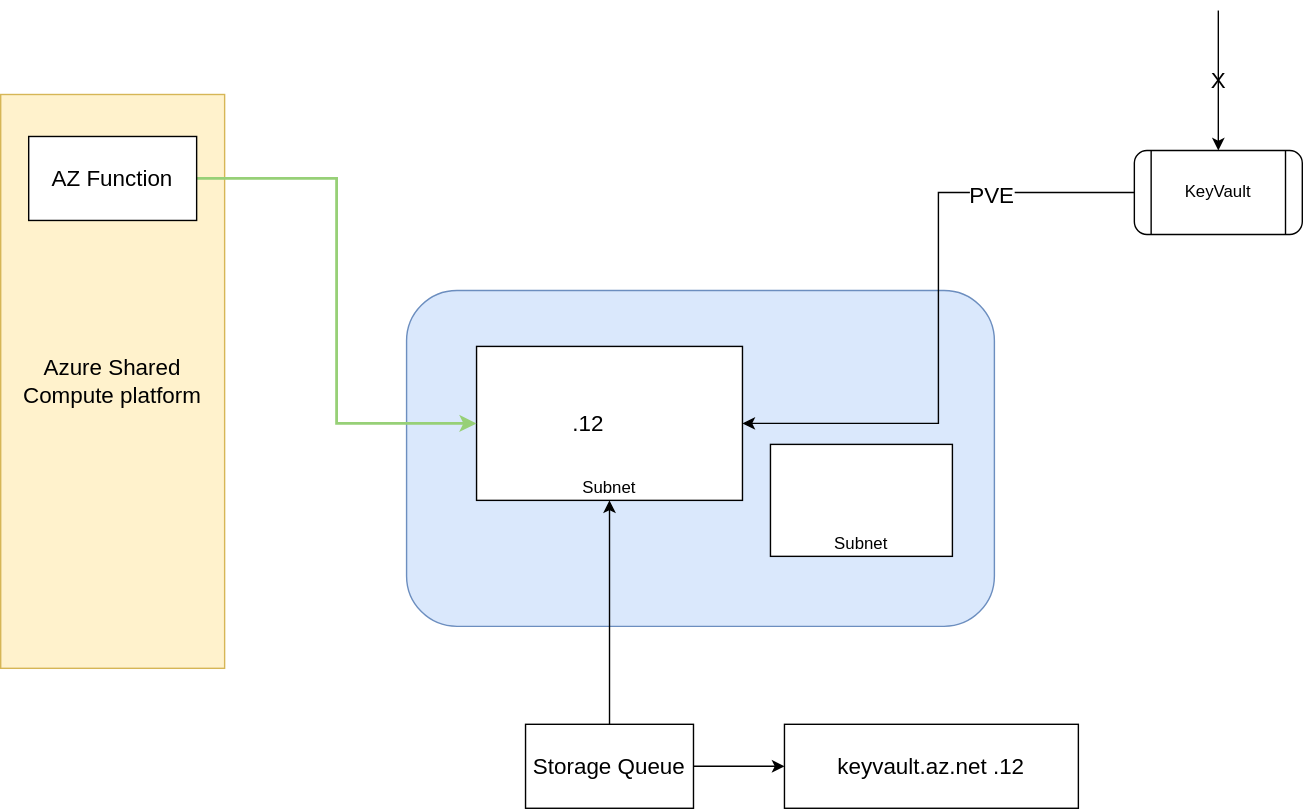
Above: AzureFunctionKeyVaultIntegration.svg in vjavle/invoicecloud (draw.io), before the change. Source tidied: cells renumbered, new cells last; positions are measured from the earlier drawing's top-left corner, leaving out a move shared by most shapes.
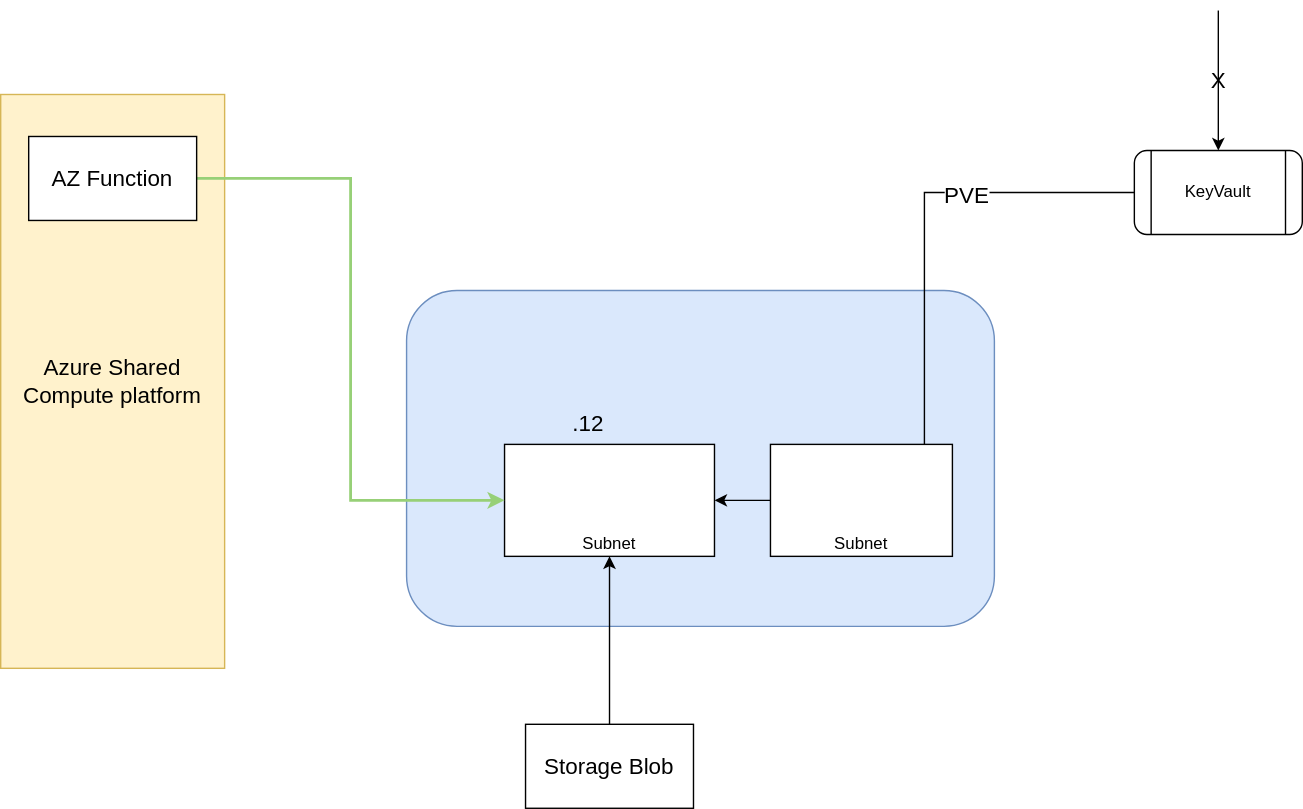
After the change.

The edit, as a diff of the source:
```diff
@@ -9,7 +9,7 @@
       <mxGeometry x="290" y="200" width="420" height="240" as="geometry" />
     </mxCell>
     <mxCell id="4" value="Subnet" style="rounded=0;whiteSpace=wrap;html=1;verticalAlign=bottom;" parent="1" vertex="1">
-      <mxGeometry x="340" y="240" width="190" height="110" as="geometry" />
+      <mxGeometry x="360" y="310" width="150" height="80" as="geometry" />
     </mxCell>
     <mxCell id="5" style="edgeStyle=orthogonalEdgeStyle;rounded=0;jettySize=auto;html=1;entryX=1;entryY=0.5;entryDx=0;entryDy=0;" parent="1" edge="1" source="8" target="4">
       <mxGeometry relative="1" as="geometry" />
@@ -40,15 +40,9 @@
     <mxCell id="13" style="edgeStyle=orthogonalEdgeStyle;rounded=0;jettySize=auto;html=1;fontSize=16;startArrow=none;startFill=0;endArrow=classic;endFill=1;" parent="1" edge="1" source="15" target="4">
       <mxGeometry relative="1" as="geometry" />
     </mxCell>
-    <mxCell id="14" style="edgeStyle=orthogonalEdgeStyle;rounded=0;jettySize=auto;html=1;entryX=0;entryY=0.5;entryDx=0;entryDy=0;fontSize=16;startArrow=none;startFill=0;endArrow=classic;endFill=1;" parent="1" edge="1" source="15" target="16">
-      <mxGeometry relative="1" as="geometry" />
-    </mxCell>
-    <mxCell id="15" value="Storage Queue" style="rounded=0;whiteSpace=wrap;html=1;fontSize=16;" parent="1" vertex="1">
+    <mxCell id="15" value="Storage Blob" style="rounded=0;whiteSpace=wrap;html=1;fontSize=16;" parent="1" vertex="1">
       <mxGeometry x="375" y="510" width="120" height="60" as="geometry" />
     </mxCell>
-    <mxCell id="16" value="keyvault.az.net .12" style="rounded=0;whiteSpace=wrap;html=1;fontSize=16;" parent="1" vertex="1">
-      <mxGeometry x="560" y="510" width="210" height="60" as="geometry" />
-    </mxCell>
     <mxCell id="17" value="Subnet" style="rounded=0;whiteSpace=wrap;html=1;verticalAlign=bottom;" parent="1" vertex="1">
       <mxGeometry x="550" y="310" width="130" height="80" as="geometry" />
     </mxCell>
```
